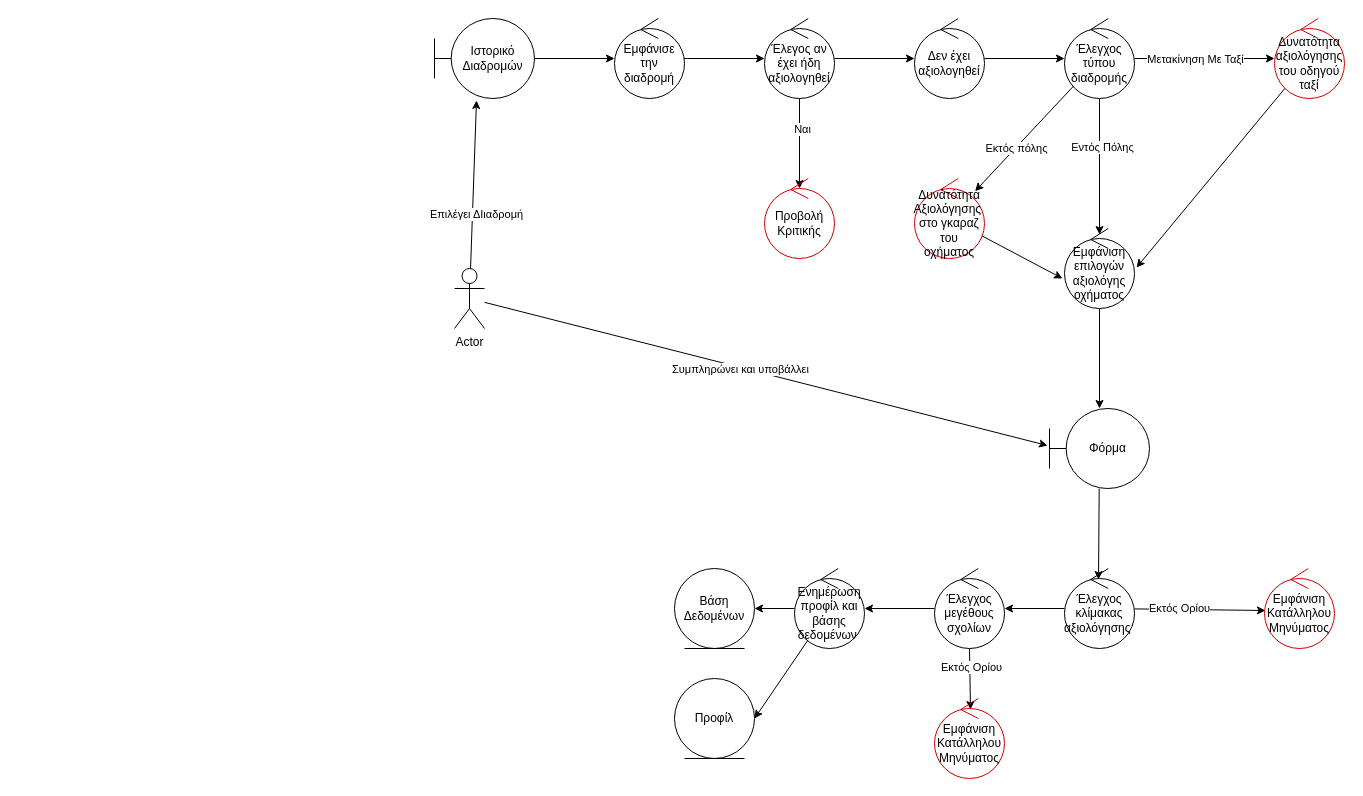
Above: Part_2/Robustness/diagrams/14_Αξιολόγηση.drawio in Nikolis2002/texnoligia_logismikou (draw.io), before the change. Source tidied: cells renumbered, new cells numbered last; positions are measured from the earlier drawing's top-left corner, leaving out a move shared by most shapes. Both pictures are drawn from the tidied source at 100%, with x=0, y=0 at pixel (434, 18).
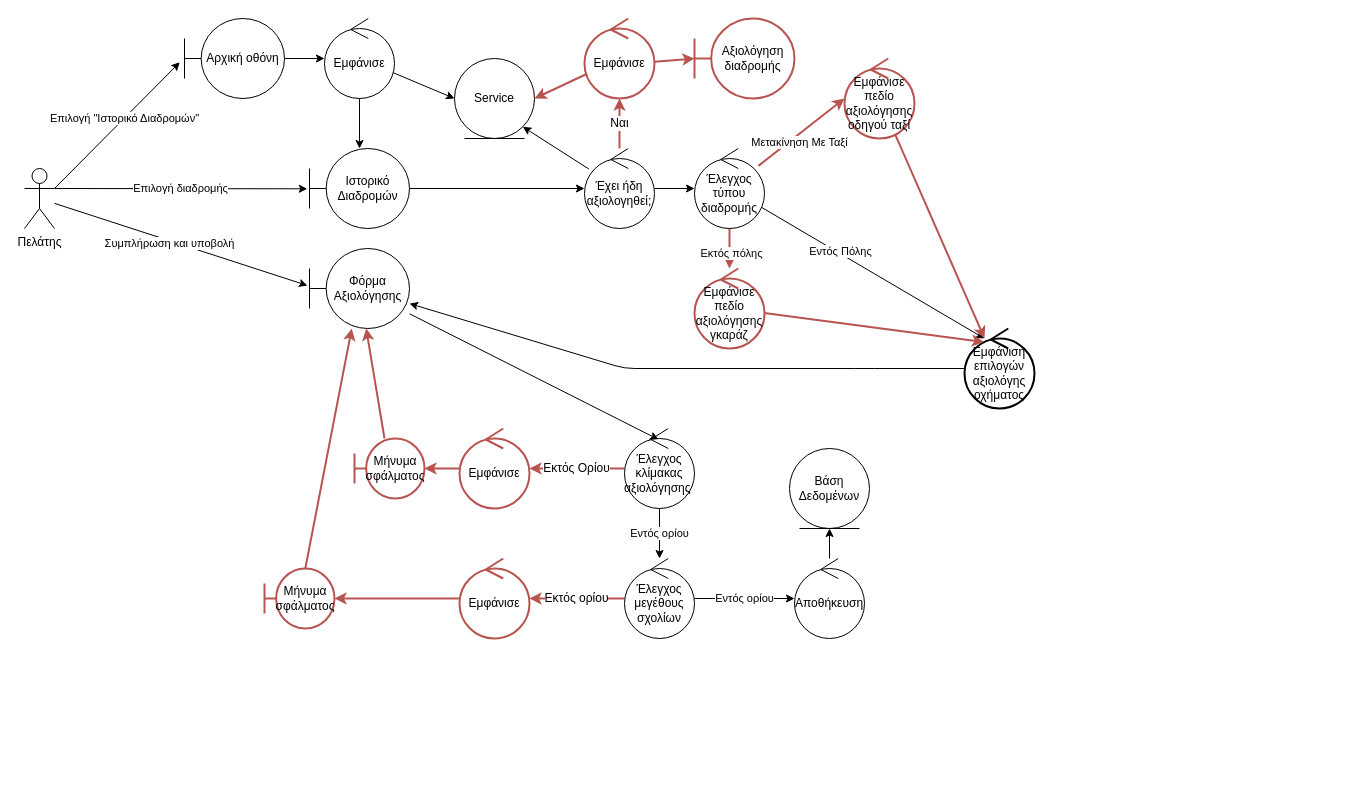
After the change.

The change refers to these unchanged cells:
```xml
<mxCell id="4" style="edgeStyle=none;html=1;entryX=-0.02;entryY=0.463;entryDx=0;entryDy=0;entryPerimeter=0;" parent="1" edge="1" source="6" target="27">
  <mxGeometry relative="1" as="geometry" />
</mxCell>
```

What changed in the source:
```diff
@@
-    <mxCell id="2" style="edgeStyle=none;html=1;entryX=0.42;entryY=1.025;entryDx=0;entryDy=0;entryPerimeter=0;" parent="1" edge="1" source="6" target="22">
+    <mxCell id="2" style="edgeStyle=none;html=1;entryX=-0.047;entryY=0.547;entryDx=0;entryDy=0;entryPerimeter=0;exitX=1;exitY=0.3333333333333333;exitDx=0;exitDy=0;exitPerimeter=0;" parent="1" edge="1" source="6" target="53">
       <mxGeometry relative="1" as="geometry" />
     </mxCell>
-    <mxCell id="3" value="Επιλέγει ΔΙιαδρομή" style="edgeLabel;html=1;align=center;verticalAlign=middle;" parent="2" vertex="1">
-      <mxGeometry x="-0.35" y="-3" relative="1" as="geometry" />
+    <mxCell id="3" value="Επιλογή &quot;Ιστορικό Διαδρομών&quot;" style="edgeLabel;html=1;align=center;verticalAlign=middle;" parent="2" vertex="1">
+      <mxGeometry x="-0.35" y="-3" relative="1" as="geometry">
+        <mxPoint x="27" y="-31" as="offset" />
+      </mxGeometry>
     </mxCell>
@@
-    <mxCell id="5" value="Συμπληρώνει και υποβάλλει" style="edgeLabel;html=1;align=center;verticalAlign=middle;" parent="4" vertex="1">
+    <mxCell id="5" value="Συμπλήρωση και υποβολή" style="edgeLabel;html=1;align=center;verticalAlign=middle;" parent="4" vertex="1">
       <mxGeometry x="-0.09" y="-2" relative="1" as="geometry" />
     </mxCell>
+    <mxCell id="48" value="Επιλογή διαδρομής" style="edgeStyle=none;html=1;exitX=1;exitY=0.3333333333333333;exitDx=0;exitDy=0;exitPerimeter=0;entryX=-0.022;entryY=0.504;entryDx=0;entryDy=0;entryPerimeter=0;" parent="1" edge="1" source="6" target="22">
+      <mxGeometry relative="1" as="geometry" />
+    </mxCell>
-    <mxCell id="6" value="Actor" style="shape=umlActor;verticalLabelPosition=bottom;verticalAlign=top;html=1;" parent="1" vertex="1">
-      <mxGeometry x="20" y="250" width="30" height="60" as="geometry" />
+    <mxCell id="6" value="Πελάτης" style="shape=umlActor;verticalLabelPosition=bottom;verticalAlign=top;html=1;" parent="1" vertex="1">
+      <mxGeometry x="-410" y="150" width="30" height="60" as="geometry" />
     </mxCell>
-    <mxCell id="7" style="edgeStyle=none;html=1;" parent="1" edge="1" target="11">
-      <mxGeometry relative="1" as="geometry">
-        <mxPoint x="240" y="40" as="sourcePoint" />
-      </mxGeometry>
-    </mxCell>
-    <mxCell id="8" style="edgeStyle=none;html=1;" parent="1" edge="1" source="11" target="13">
-      <mxGeometry relative="1" as="geometry" />
-    </mxCell>
-    <mxCell id="9" style="edgeStyle=none;html=1;" parent="1" edge="1" source="11">
-      <mxGeometry relative="1" as="geometry">
-        <mxPoint x="365" y="170" as="targetPoint" />
-      </mxGeometry>
-    </mxCell>
-    <mxCell id="10" value="Ναι" style="edgeLabel;html=1;align=center;verticalAlign=middle;" parent="9" vertex="1">
-      <mxGeometry x="-0.33" y="2" relative="1" as="geometry" />
-    </mxCell>
-    <mxCell id="11" value="Έλεγος αν έχει ήδη αξιολογηθεί" style="ellipse;shape=umlControl;whiteSpace=wrap;html=1;" parent="1" vertex="1">
-      <mxGeometry x="330" width="70" height="80" as="geometry" />
-    </mxCell>
-    <mxCell id="12" style="edgeStyle=none;html=1;" parent="1" edge="1" source="13" target="20">
-      <mxGeometry relative="1" as="geometry" />
-    </mxCell>
-    <mxCell id="13" value="Δεν έχει αξιολογηθεί" style="ellipse;shape=umlControl;whiteSpace=wrap;html=1;" parent="1" vertex="1">
-      <mxGeometry x="480" width="70" height="80" as="geometry" />
-    </mxCell>
-    <mxCell id="14" style="edgeStyle=none;html=1;entryX=0.5;entryY=0.075;entryDx=0;entryDy=0;entryPerimeter=0;" parent="1" edge="1" source="20" target="24">
+    <mxCell id="14" style="edgeStyle=none;html=1;entryX=0.286;entryY=0.125;entryDx=0;entryDy=0;entryPerimeter=0;" parent="1" edge="1" source="20" target="24">
       <mxGeometry relative="1" as="geometry" />
     </mxCell>
@@
-    <mxCell id="16" style="edgeStyle=none;html=1;" parent="1" edge="1" source="20" target="43">
+    <mxCell id="16" style="edgeStyle=none;html=1;fontSize=12;fillColor=none;strokeColor=#b85450;strokeWidth=2;" parent="1" edge="1" source="20" target="43">
       <mxGeometry relative="1" as="geometry" />
     </mxCell>
@@
-    <mxCell id="18" style="edgeStyle=none;html=1;entryX=0;entryY=0.5;entryDx=0;entryDy=0;entryPerimeter=0;" parent="1" edge="1" source="20" target="45">
+    <mxCell id="18" style="edgeStyle=none;html=1;entryX=0;entryY=0.5;entryDx=0;entryDy=0;entryPerimeter=0;fontSize=12;fillColor=none;strokeColor=#b85450;strokeWidth=2;" parent="1" edge="1" source="20" target="45">
       <mxGeometry relative="1" as="geometry" />
     </mxCell>
@@
     <mxCell id="20" value="Έλεγχος τύπου διαδρομής" style="ellipse;shape=umlControl;whiteSpace=wrap;html=1;" parent="1" vertex="1">
-      <mxGeometry x="630" width="70" height="80" as="geometry" />
+      <mxGeometry x="260" y="130" width="70" height="80" as="geometry" />
     </mxCell>
-    <mxCell id="21" style="edgeStyle=none;html=1;" parent="1" edge="1" source="22" target="25">
-      <mxGeometry relative="1" as="geometry" />
-    </mxCell>
+    <mxCell id="49" style="edgeStyle=none;html=1;" parent="1" edge="1" source="22" target="59">
+      <mxGeometry relative="1" as="geometry" />
+    </mxCell>
     <mxCell id="22" value="Ιστορικό Διαδρομών" style="shape=umlBoundary;whiteSpace=wrap;html=1;" parent="1" vertex="1">
-      <mxGeometry width="100" height="80" as="geometry" />
+      <mxGeometry x="-125" y="130" width="100" height="80" as="geometry" />
     </mxCell>
     <mxCell id="23" style="edgeStyle=none;html=1;" parent="1" edge="1" source="24" target="27">
-      <mxGeometry relative="1" as="geometry" />
+      <mxGeometry relative="1" as="geometry">
+        <Array as="points">
+          <mxPoint x="430" y="350" />
+          <mxPoint x="190" y="350" />
+        </Array>
+      </mxGeometry>
     </mxCell>
-    <mxCell id="24" value="Εμφάνιση επιλογών αξιολόγης οχήματος" style="ellipse;shape=umlControl;whiteSpace=wrap;html=1;" parent="1" vertex="1">
-      <mxGeometry x="630" y="210" width="70" height="80" as="geometry" />
+    <mxCell id="24" value="Εμφάνιση επιλογών αξιολόγης οχήματος" style="ellipse;shape=umlControl;whiteSpace=wrap;html=1;fillColor=default;strokeColor=default;strokeWidth=2;" parent="1" vertex="1">
+      <mxGeometry x="530" y="310" width="70" height="80" as="geometry" />
     </mxCell>
-    <mxCell id="25" value="Εμφάνισε την διαδρομή" style="ellipse;shape=umlControl;whiteSpace=wrap;html=1;" parent="1" vertex="1">
-      <mxGeometry x="180" width="70" height="80" as="geometry" />
-    </mxCell>
@@
-    <mxCell id="27" value="Φόρμα" style="shape=umlBoundary;whiteSpace=wrap;html=1;" parent="1" vertex="1">
-      <mxGeometry x="615" y="390" width="100" height="80" as="geometry" />
+    <mxCell id="27" value="Φόρμα Αξιολόγησης" style="shape=umlBoundary;whiteSpace=wrap;html=1;" parent="1" vertex="1">
+      <mxGeometry x="-125" y="230" width="100" height="80" as="geometry" />
     </mxCell>
-    <mxCell id="28" style="edgeStyle=none;html=1;" parent="1" edge="1" source="31" target="35">
+    <mxCell id="28" value="Εντός ορίου" style="edgeStyle=none;html=1;" parent="1" edge="1" source="31" target="35">
       <mxGeometry relative="1" as="geometry" />
     </mxCell>
-    <mxCell id="29" style="edgeStyle=none;html=1;entryX=0.014;entryY=0.525;entryDx=0;entryDy=0;entryPerimeter=0;" parent="1" edge="1" source="31" target="46">
+    <mxCell id="29" value="Εκτός Ορίου" style="edgeStyle=none;html=1;fontSize=12;fillColor=none;strokeColor=#b85450;strokeWidth=2;" parent="1" edge="1" source="31" target="46">
       <mxGeometry relative="1" as="geometry" />
     </mxCell>
-    <mxCell id="30" value="Εκτός Ορίου" style="edgeLabel;html=1;align=center;verticalAlign=middle;" parent="29" vertex="1">
-      <mxGeometry x="-0.43" y="2" relative="1" as="geometry">
-        <mxPoint x="7" y="1" as="offset" />
-      </mxGeometry>
-    </mxCell>
     <mxCell id="31" value="Έλεγχος κλίμακας αξιολόγησης&amp;nbsp;" style="ellipse;shape=umlControl;whiteSpace=wrap;html=1;" parent="1" vertex="1">
-      <mxGeometry x="630" y="550" width="70" height="80" as="geometry" />
+      <mxGeometry x="190" y="410" width="70" height="80" as="geometry" />
     </mxCell>
-    <mxCell id="32" style="edgeStyle=none;html=1;" parent="1" edge="1" source="35" target="38">
+    <mxCell id="32" value="Εντός ορίου" style="edgeStyle=none;html=1;" parent="1" edge="1" source="35" target="38">
       <mxGeometry relative="1" as="geometry" />
     </mxCell>
-    <mxCell id="33" style="edgeStyle=none;html=1;entryX=0.514;entryY=0.138;entryDx=0;entryDy=0;entryPerimeter=0;" parent="1" edge="1" source="35" target="47">
+    <mxCell id="33" value="Εκτός ορίου" style="edgeStyle=none;html=1;fontSize=12;fillColor=none;strokeColor=#b85450;strokeWidth=2;" parent="1" edge="1" source="35" target="47">
       <mxGeometry relative="1" as="geometry" />
     </mxCell>
-    <mxCell id="34" value="Εκτός Ορίου" style="edgeLabel;html=1;align=center;verticalAlign=middle;" parent="33" vertex="1">
-      <mxGeometry x="-0.38" y="1" relative="1" as="geometry" />
-    </mxCell>
     <mxCell id="35" value="Έλεγχος μεγέθους σχολίων" style="ellipse;shape=umlControl;whiteSpace=wrap;html=1;" parent="1" vertex="1">
-      <mxGeometry x="500" y="550" width="70" height="80" as="geometry" />
+      <mxGeometry x="190" y="540" width="70" height="80" as="geometry" />
     </mxCell>
@@
-    <mxCell id="37" style="edgeStyle=none;html=1;entryX=1;entryY=0.5;entryDx=0;entryDy=0;" parent="1" edge="1" source="38" target="40">
-      <mxGeometry relative="1" as="geometry" />
-    </mxCell>
-    <mxCell id="38" value="Ενημέρωση προφίλ και βάσης δεδομένων&amp;nbsp;" style="ellipse;shape=umlControl;whiteSpace=wrap;html=1;" parent="1" vertex="1">
-      <mxGeometry x="360" y="550" width="70" height="80" as="geometry" />
+    <mxCell id="38" value="Αποθήκευση" style="ellipse;shape=umlControl;whiteSpace=wrap;html=1;" parent="1" vertex="1">
+      <mxGeometry x="360" y="540" width="70" height="80" as="geometry" />
     </mxCell>
     <mxCell id="39" value="Βάση Δεδομένων" style="ellipse;shape=umlEntity;whiteSpace=wrap;html=1;" parent="1" vertex="1">
-      <mxGeometry x="240" y="550" width="80" height="80" as="geometry" />
+      <mxGeometry x="355" y="430" width="80" height="80" as="geometry" />
     </mxCell>
-    <mxCell id="40" value="Προφίλ" style="ellipse;shape=umlEntity;whiteSpace=wrap;html=1;" parent="1" vertex="1">
-      <mxGeometry x="240" y="660" width="80" height="80" as="geometry" />
-    </mxCell>
-    <mxCell id="41" value="Προβολή Κριτικής" style="ellipse;shape=umlControl;whiteSpace=wrap;html=1;strokeColor=#CC0000;" parent="1" vertex="1">
-      <mxGeometry x="330" y="160" width="70" height="80" as="geometry" />
-    </mxCell>
-    <mxCell id="42" style="edgeStyle=none;html=1;entryX=-0.029;entryY=0.625;entryDx=0;entryDy=0;entryPerimeter=0;" parent="1" edge="1" source="43" target="24">
+    <mxCell id="42" style="edgeStyle=none;html=1;entryX=0.278;entryY=0.17;entryDx=0;entryDy=0;entryPerimeter=0;fontSize=12;fillColor=none;strokeColor=#b85450;strokeWidth=2;" parent="1" edge="1" source="43" target="24">
       <mxGeometry relative="1" as="geometry" />
     </mxCell>
-    <mxCell id="43" value="Δυνάτότητα Αξιολόγησης&amp;nbsp; στο γκαραζ του οχήματος" style="ellipse;shape=umlControl;whiteSpace=wrap;html=1;strokeColor=#CC0000;" parent="1" vertex="1">
-      <mxGeometry x="480" y="160" width="70" height="80" as="geometry" />
+    <mxCell id="43" value="Εμφάνισε πεδίο αξιολόγησης γκαράζ" style="ellipse;shape=umlControl;whiteSpace=wrap;html=1;strokeColor=#b85450;fillColor=none;strokeWidth=2;" parent="1" vertex="1">
+      <mxGeometry x="260" y="250" width="70" height="80" as="geometry" />
     </mxCell>
-    <mxCell id="44" style="edgeStyle=none;html=1;entryX=1.029;entryY=0.488;entryDx=0;entryDy=0;entryPerimeter=0;" parent="1" edge="1" source="45" target="24">
+    <mxCell id="44" style="edgeStyle=none;html=1;entryX=0.286;entryY=0.125;entryDx=0;entryDy=0;entryPerimeter=0;fontSize=12;fillColor=none;strokeColor=#b85450;strokeWidth=2;" parent="1" edge="1" source="45" target="24">
       <mxGeometry relative="1" as="geometry" />
     </mxCell>
-    <mxCell id="45" value="Δυνατότητα αξιολόγησης του οδηγού ταξί" style="ellipse;shape=umlControl;whiteSpace=wrap;html=1;strokeColor=#CC0000;" parent="1" vertex="1">
-      <mxGeometry x="840" width="70" height="80" as="geometry" />
+    <mxCell id="45" value="Εμφάνισε πεδίο αξιολόγησης οδηγού ταξί" style="ellipse;shape=umlControl;whiteSpace=wrap;html=1;strokeColor=#b85450;fillColor=none;strokeWidth=2;" parent="1" vertex="1">
+      <mxGeometry x="410" y="40" width="70" height="80" as="geometry" />
     </mxCell>
+    <mxCell id="50" style="edgeStyle=none;html=1;fontSize=12;fillColor=none;strokeColor=#b85450;strokeWidth=2;" parent="1" edge="1" source="46" target="66">
+      <mxGeometry relative="1" as="geometry" />
+    </mxCell>
-    <mxCell id="46" value="Εμφάνιση Κατάλληλου Μηνύματος" style="ellipse;shape=umlControl;whiteSpace=wrap;html=1;strokeColor=#CC0000;" parent="1" vertex="1">
-      <mxGeometry x="830" y="550" width="70" height="80" as="geometry" />
+    <mxCell id="46" value="Εμφάνισε" style="ellipse;shape=umlControl;whiteSpace=wrap;html=1;strokeColor=#b85450;fillColor=none;strokeWidth=2;" parent="1" vertex="1">
+      <mxGeometry x="25" y="410" width="70" height="80" as="geometry" />
     </mxCell>
+    <mxCell id="51" style="edgeStyle=none;html=1;fontSize=12;fillColor=none;strokeColor=#b85450;strokeWidth=2;" parent="1" edge="1" source="47" target="68">
+      <mxGeometry relative="1" as="geometry" />
+    </mxCell>
-    <mxCell id="47" value="Εμφάνιση Κατάλληλου Μηνύματος" style="ellipse;shape=umlControl;whiteSpace=wrap;html=1;strokeColor=#CC0000;" parent="1" vertex="1">
-      <mxGeometry x="500" y="680" width="70" height="80" as="geometry" />
+    <mxCell id="47" value="Εμφάνισε" style="ellipse;shape=umlControl;whiteSpace=wrap;html=1;strokeColor=#b85450;fillColor=none;strokeWidth=2;" parent="1" vertex="1">
+      <mxGeometry x="25" y="540" width="70" height="80" as="geometry" />
     </mxCell>
+    <mxCell id="52" style="edgeStyle=none;html=1;" parent="1" edge="1" source="53" target="56">
+      <mxGeometry relative="1" as="geometry" />
+    </mxCell>
+    <mxCell id="53" value="Αρχική οθόνη" style="shape=umlBoundary;whiteSpace=wrap;html=1;" parent="1" vertex="1">
+      <mxGeometry x="-250" width="100" height="80" as="geometry" />
+    </mxCell>
+    <mxCell id="54" style="edgeStyle=none;html=1;" parent="1" edge="1" source="56" target="22">
+      <mxGeometry relative="1" as="geometry" />
+    </mxCell>
+    <mxCell id="55" style="edgeStyle=none;html=1;entryX=0;entryY=0.5;entryDx=0;entryDy=0;" parent="1" edge="1" source="56" target="63">
+      <mxGeometry relative="1" as="geometry" />
+    </mxCell>
+    <mxCell id="56" value="Εμφάνισε" style="ellipse;shape=umlControl;whiteSpace=wrap;html=1;" parent="1" vertex="1">
+      <mxGeometry x="-110" width="70" height="80" as="geometry" />
+    </mxCell>
+    <mxCell id="10" value="Ναι" style="edgeStyle=none;html=1;fontSize=12;fillColor=none;strokeColor=#b85450;strokeWidth=2;" parent="1" edge="1" source="59" target="62">
+      <mxGeometry relative="1" as="geometry" />
+    </mxCell>
+    <mxCell id="57" style="edgeStyle=none;html=1;entryX=1;entryY=1;entryDx=0;entryDy=0;" parent="1" edge="1" source="59" target="63">
+      <mxGeometry relative="1" as="geometry" />
+    </mxCell>
+    <mxCell id="58" style="edgeStyle=none;html=1;" parent="1" edge="1" source="59" target="20">
+      <mxGeometry relative="1" as="geometry" />
+    </mxCell>
+    <mxCell id="59" value="Έχει ήδη αξιολογηθεί;" style="ellipse;shape=umlControl;whiteSpace=wrap;html=1;" parent="1" vertex="1">
+      <mxGeometry x="150" y="130" width="70" height="80" as="geometry" />
+    </mxCell>
+    <mxCell id="60" style="edgeStyle=none;html=1;entryX=1;entryY=0.5;entryDx=0;entryDy=0;fontSize=12;fillColor=none;strokeColor=#b85450;strokeWidth=2;" parent="1" edge="1" source="62" target="63">
+      <mxGeometry relative="1" as="geometry" />
+    </mxCell>
+    <mxCell id="61" style="edgeStyle=none;html=1;fontSize=12;fillColor=none;strokeColor=#b85450;strokeWidth=2;" parent="1" edge="1" source="62" target="64">
+      <mxGeometry relative="1" as="geometry" />
+    </mxCell>
+    <mxCell id="62" value="Εμφάνισε" style="ellipse;shape=umlControl;whiteSpace=wrap;html=1;fillColor=none;strokeColor=#b85450;strokeWidth=2;" parent="1" vertex="1">
+      <mxGeometry x="150" width="70" height="80" as="geometry" />
+    </mxCell>
+    <mxCell id="63" value="Service" style="ellipse;shape=umlEntity;whiteSpace=wrap;html=1;" parent="1" vertex="1">
+      <mxGeometry x="20" y="40" width="80" height="80" as="geometry" />
+    </mxCell>
+    <mxCell id="64" value="Aξιολόγηση διαδρομής" style="shape=umlBoundary;whiteSpace=wrap;html=1;fillColor=none;strokeColor=#b85450;strokeWidth=2;" parent="1" vertex="1">
+      <mxGeometry x="260" width="100" height="80" as="geometry" />
+    </mxCell>
+    <mxCell id="65" style="edgeStyle=none;html=1;fontSize=12;fillColor=none;strokeColor=#b85450;strokeWidth=2;" parent="1" edge="1" source="66" target="27">
+      <mxGeometry relative="1" as="geometry" />
+    </mxCell>
+    <mxCell id="66" value="Μήνυμα σφάλματος" style="shape=umlBoundary;whiteSpace=wrap;html=1;fillColor=none;strokeColor=#b85450;strokeWidth=2;" parent="1" vertex="1">
+      <mxGeometry x="-80" y="420" width="70" height="60" as="geometry" />
+    </mxCell>
+    <mxCell id="67" style="edgeStyle=none;html=1;fontSize=12;fillColor=none;strokeColor=#b85450;strokeWidth=2;" parent="1" edge="1" source="68" target="27">
+      <mxGeometry relative="1" as="geometry" />
+    </mxCell>
+    <mxCell id="68" value="Μήνυμα σφάλματος" style="shape=umlBoundary;whiteSpace=wrap;html=1;fillColor=none;strokeColor=#b85450;strokeWidth=2;" parent="1" vertex="1">
+      <mxGeometry x="-170" y="550" width="70" height="60" as="geometry" />
+    </mxCell>
```
